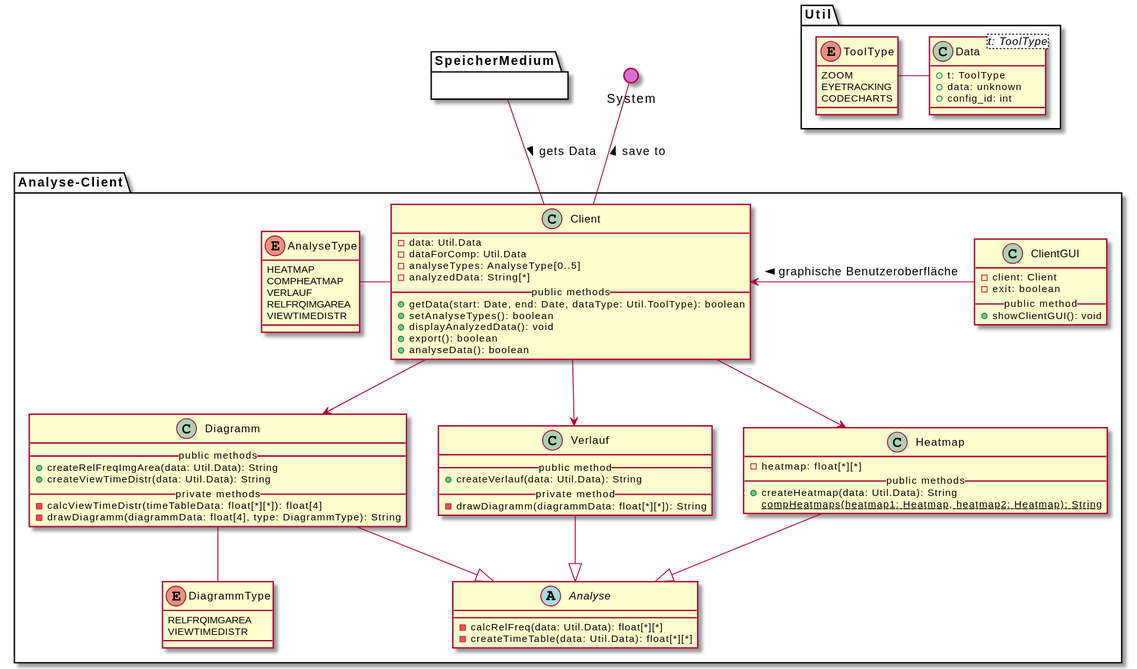
Above: uml-class/analyseclient/analyseclient.svg in weichware-10/dokumente (PlantUML), before the change.
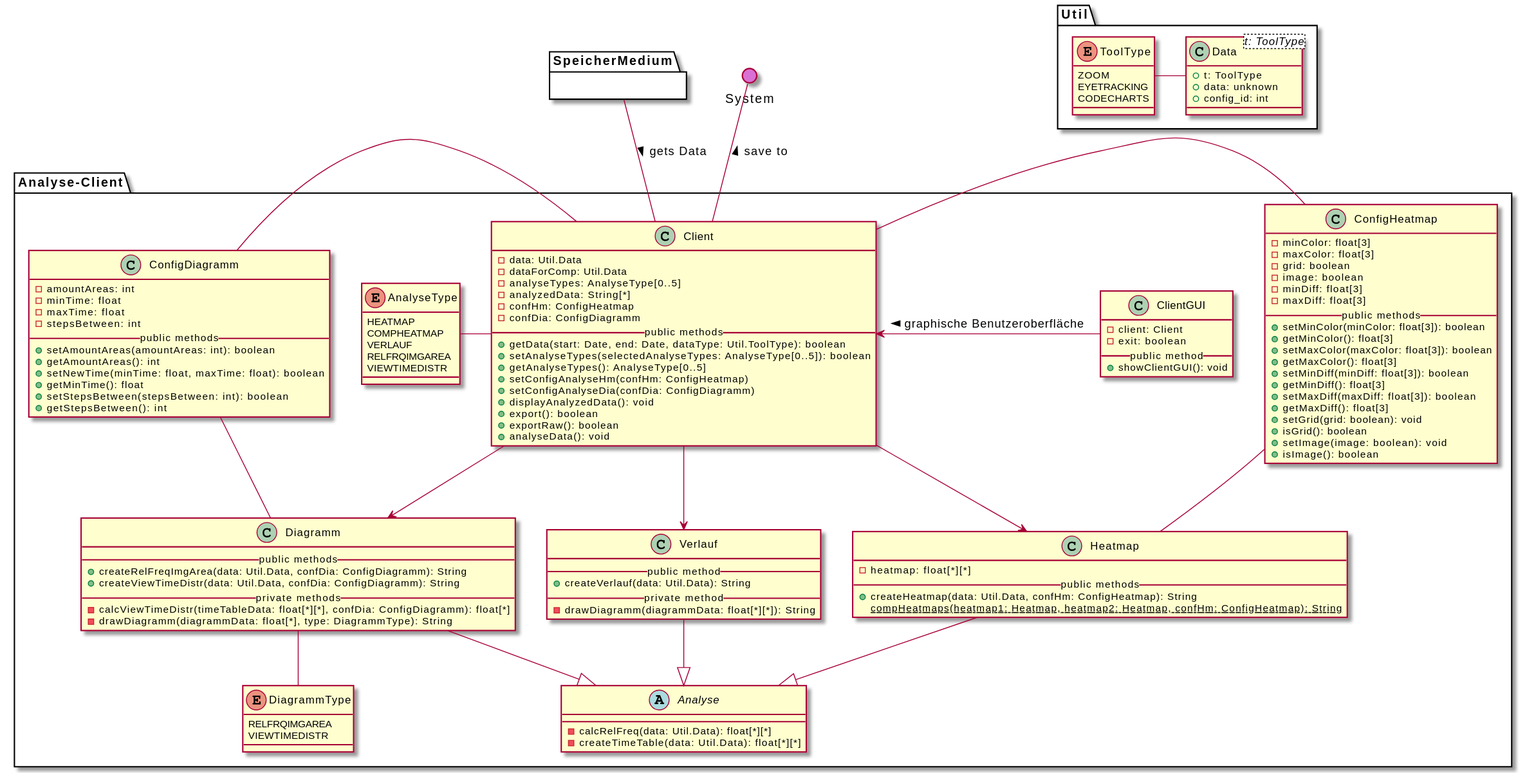
Above is the later version.

Commit message:
Render PlantUML SVGs

What changed in the source:
```diff
@@ -6,12 +6,18 @@
         - dataForComp: Util.Data
         - analyseTypes: AnalyseType[0..5]
         - analyzedData: String[*]
+        - confHm: ConfigHeatmap
+        - confDia: ConfigDiagramm
         __public methods__
         + getData(start: Date, end: Date, dataType: Util.ToolType): boolean
-        + setAnalyseTypes(): boolean
+        + setAnalyseTypes(selectedAnalyseTypes: AnalyseType[0..5]): boolean
+        + getAnalyseTypes(): AnalyseType[0..5]
+        + setConfigAnalyseHm(confHm: ConfigHeatmap)
+        + setConfigAnalyseDia(confDia: ConfigDiagramm)
         + displayAnalyzedData(): void
         + export(): boolean
-        + analyseData(): boolean
+        + exportRaw(): boolean
+        + analyseData(): void
     }
 
     abstract Analyse {
@@ -22,8 +28,8 @@
     class Heatmap {
         - heatmap: float[*][*]
         __public methods__
-        + createHeatmap(data: Util.Data): String
-        {static} compHeatmaps(heatmap1: Heatmap, heatmap2: Heatmap): String
+        + createHeatmap(data: Util.Data, confHm: ConfigHeatmap): String
+        {static} compHeatmaps(heatmap1: Heatmap, heatmap2: Heatmap, confHm: ConfigHeatmap): String
     }
 
     class Verlauf {
@@ -35,11 +41,47 @@
 
     class Diagramm {
         __public methods__
-        + createRelFreqImgArea(data: Util.Data): String
-        + createViewTimeDistr(data: Util.Data): String
+        + createRelFreqImgArea(data: Util.Data, confDia: ConfigDiagramm): String
+        + createViewTimeDistr(data: Util.Data, confDia: ConfigDiagramm): String
         __private methods__
-        - calcViewTimeDistr(timeTableData: float[*][*]): float[4]
-        - drawDiagramm(diagrammData: float[4], type: DiagrammType): String
+        - calcViewTimeDistr(timeTableData: float[*][*], confDia: ConfigDiagramm): float[*]
+        - drawDiagramm(diagrammData: float[*], type: DiagrammType): String
+    }
+
+    class ConfigDiagramm {
+        - amountAreas: int
+        - minTime: float
+        - maxTime: float
+        - stepsBetween: int
+        __public methods__
+        + setAmountAreas(amountAreas: int): boolean
+        + getAmountAreas(): int
+        + setNewTime(minTime: float, maxTime: float): boolean
+        + getMinTime(): float
+        + setStepsBetween(stepsBetween: int): boolean
+        + getStepsBetween(): int
+    }
+
+    class ConfigHeatmap {
+        - minColor: float[3]
+        - maxColor: float[3]
+        - grid: boolean
+        - image: boolean
+        - minDiff: float[3]
+        - maxDiff: float[3]
+        __public methods__
+        + setMinColor(minColor: float[3]): boolean
+        + getMinColor(): float[3]
+        + setMaxColor(maxColor: float[3]): boolean
+        + getMaxColor(): float[3]
+        + setMinDiff(minDiff: float[3]): boolean
+        + getMinDiff(): float[3]
+        + setMaxDiff(maxDiff: float[3]): boolean
+        + getMaxDiff(): float[3]
+        + setGrid(grid: boolean): void
+        + isGrid(): boolean
+        + setImage(image: boolean): void
+        + isImage(): boolean
     }
 
     enum DiagrammType {
@@ -72,6 +114,10 @@
     Client -l- AnalyseType
     Client <-r- ClientGUI : < graphische Benutzeroberfläche
     Diagramm -- DiagrammType
+    ConfigDiagramm -- Diagramm
+    ConfigDiagramm -r- Client
+    ConfigHeatmap -- Heatmap
+    ConfigHeatmap -l- Client
 
 }
 
```
